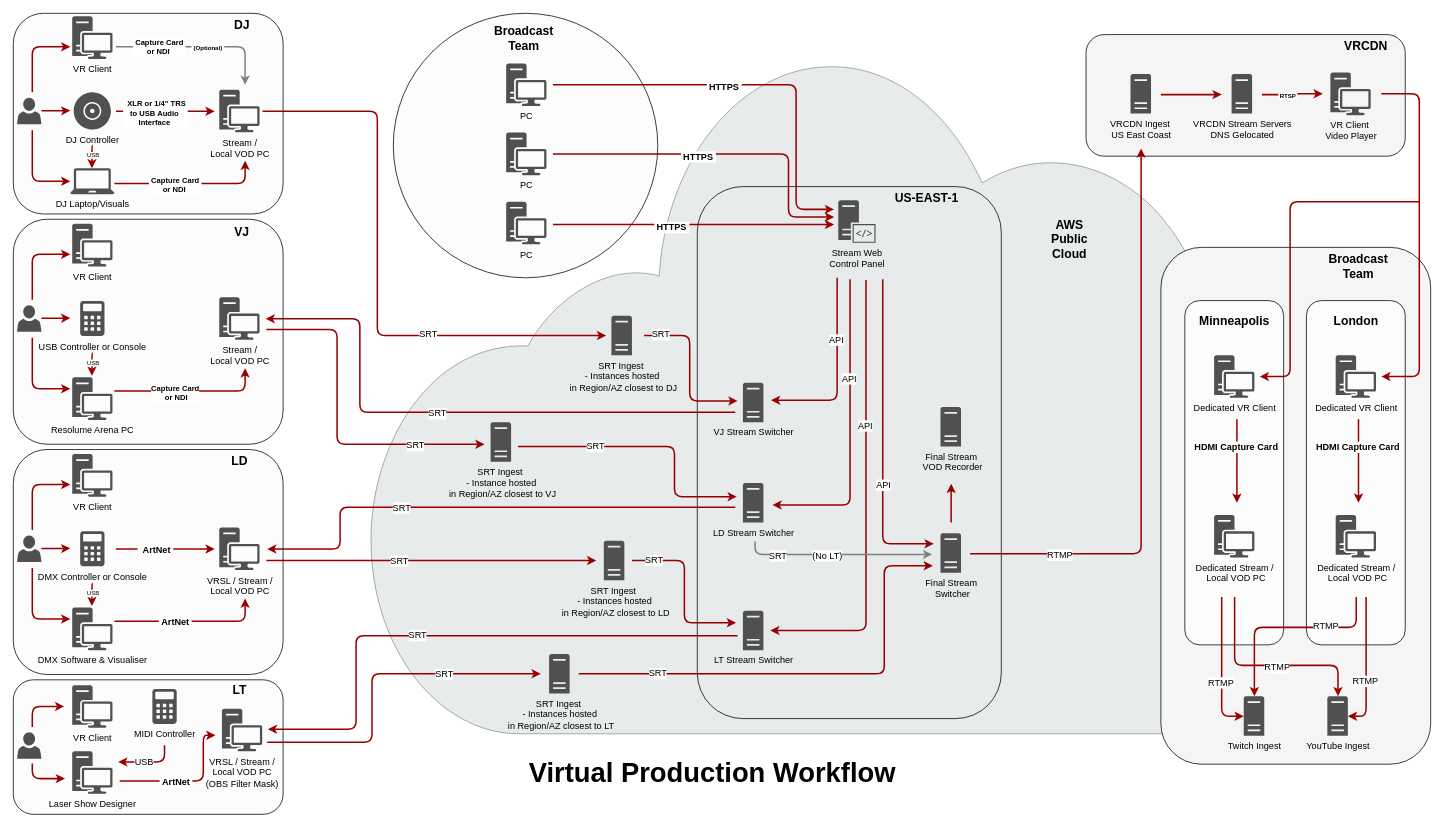
Above: vrproduction.drawio in towneh/audiovisualtips (draw.io), before the change. Source tidied: cells renumbered, new cells numbered last; positions are measured from the earlier drawing's top-left corner, leaving out a move shared by most shapes. Both pictures are drawn from the tidied source at 76%, with x=0, y=0 at pixel (13, 13).
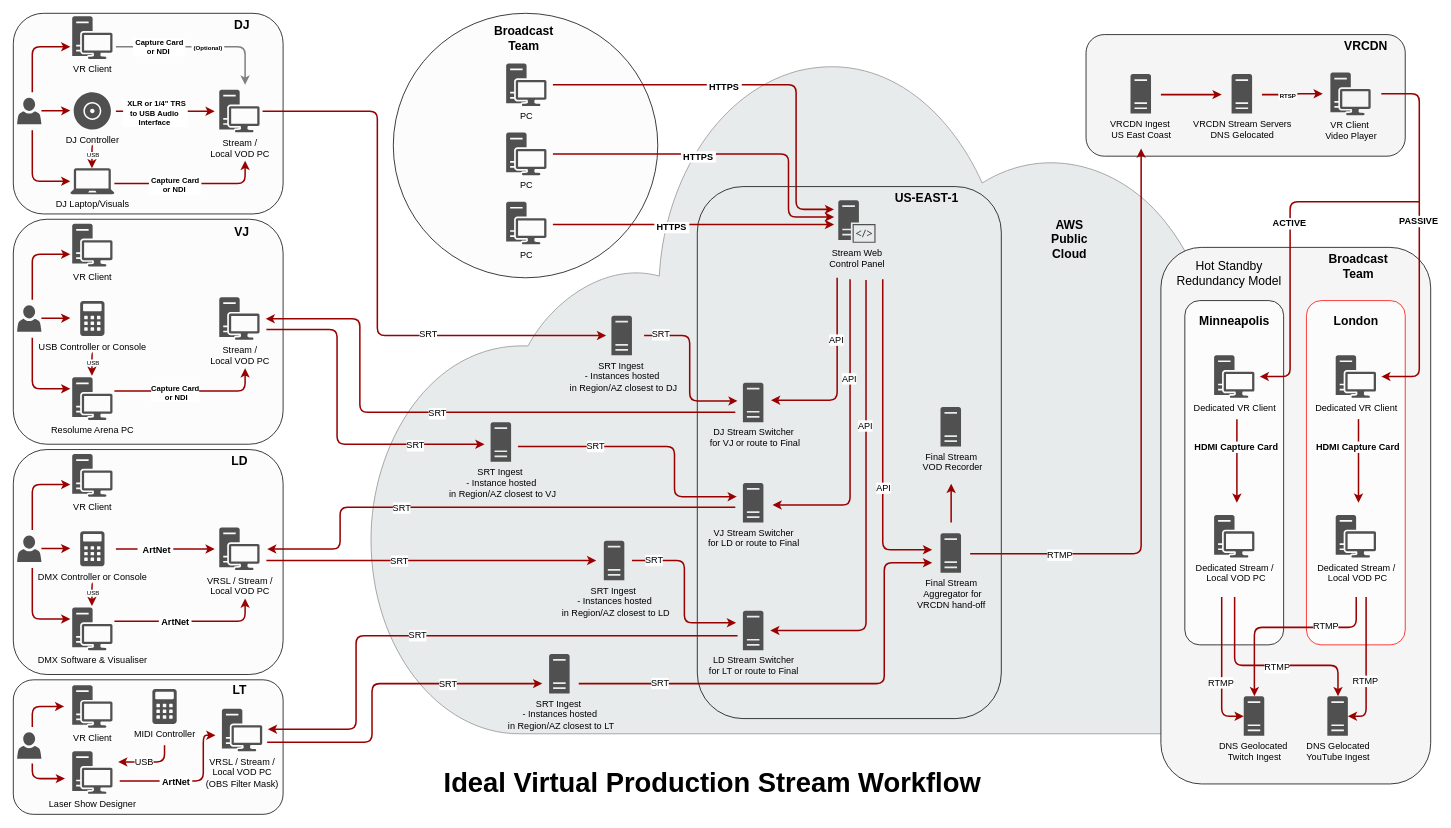
Above is the later version.

Unchanged cells that the change refers to:
```xml
<mxCell id="114" style="edgeStyle=elbowEdgeStyle;elbow=horizontal;strokeColor=#990000;strokeWidth=2;" parent="1" edge="1">
  <mxGeometry relative="1" as="geometry">
    <mxPoint x="1850" y="248" as="sourcePoint" />
    <mxPoint x="1640" y="478" as="targetPoint" />
    <Array as="points">
      <mxPoint x="1680" y="348" />
    </Array>
  </mxGeometry>
</mxCell>
<mxCell id="131" style="edgeStyle=elbowEdgeStyle;elbow=horizontal;strokeColor=#990000;strokeWidth=2;" parent="1" edge="1">
  <mxGeometry relative="1" as="geometry">
    <mxPoint x="1800" y="106" as="sourcePoint" />
    <mxPoint x="1800" y="478" as="targetPoint" />
    <Array as="points">
      <mxPoint x="1850" y="298" />
    </Array>
  </mxGeometry>
</mxCell>
```

The edit, as a diff of the source:
```diff
@@
     <mxCell id="5" style="rounded=1;whiteSpace=wrap;html=1;fillStyle=solid;fillColor=#F5F5F5;" parent="1" vertex="1">
-      <mxGeometry x="1510" y="308" width="355" height="680" as="geometry" />
+      <mxGeometry x="1510" y="308" width="355" height="706" as="geometry" />
     </mxCell>
-    <mxCell id="6" style="rounded=1;whiteSpace=wrap;html=1;fillStyle=solid;fillColor=#FCFCFC;" parent="1" vertex="1">
+    <mxCell id="6" style="rounded=1;whiteSpace=wrap;html=1;fillStyle=solid;fillColor=#FCFCFC;strokeColor=#ff0000;" parent="1" vertex="1">
       <mxGeometry x="1701.5" y="378" width="130" height="453" as="geometry" />
     </mxCell>
@@
-    <mxCell id="33" value="&lt;div&gt;VJ Stream Switcher&lt;br&gt;&lt;/div&gt;" style="sketch=0;shadow=0;dashed=0;html=1;strokeColor=none;fillColor=#505050;labelPosition=center;verticalLabelPosition=bottom;verticalAlign=top;align=center;shape=mxgraph.office.servers.server_generic;" parent="1" vertex="1">
+    <mxCell id="33" value="&lt;div&gt;DJ Stream Switcher&lt;/div&gt;&lt;div&gt;&amp;nbsp;for VJ or route to Final&lt;br&gt;&lt;/div&gt;" style="sketch=0;shadow=0;dashed=0;html=1;strokeColor=none;fillColor=#505050;labelPosition=center;verticalLabelPosition=bottom;verticalAlign=top;align=center;shape=mxgraph.office.servers.server_generic;" parent="1" vertex="1">
       <mxGeometry x="960" y="486" width="27" height="52" as="geometry" />
     </mxCell>
@@
-    <mxCell id="96" value="&lt;div&gt;LD Stream Switcher&lt;br&gt;&lt;/div&gt;" style="sketch=0;shadow=0;dashed=0;html=1;strokeColor=none;fillColor=#505050;labelPosition=center;verticalLabelPosition=bottom;verticalAlign=top;align=center;shape=mxgraph.office.servers.server_generic;" parent="1" vertex="1">
+    <mxCell id="96" value="&lt;div&gt;VJ Stream Switcher&lt;/div&gt;&lt;div&gt;for LD or route to Final&lt;br&gt;&lt;/div&gt;" style="sketch=0;shadow=0;dashed=0;html=1;strokeColor=none;fillColor=#505050;labelPosition=center;verticalLabelPosition=bottom;verticalAlign=top;align=center;shape=mxgraph.office.servers.server_generic;" parent="1" vertex="1">
       <mxGeometry x="960" y="618" width="27" height="52" as="geometry" />
     </mxCell>
-    <mxCell id="97" value="&lt;div&gt;Final Stream&lt;/div&gt;&lt;div&gt;&amp;nbsp;Switcher&lt;br&gt;&lt;/div&gt;" style="sketch=0;shadow=0;dashed=0;html=1;strokeColor=none;fillColor=#505050;labelPosition=center;verticalLabelPosition=bottom;verticalAlign=top;align=center;shape=mxgraph.office.servers.server_generic;" parent="1" vertex="1">
+    <mxCell id="97" value="&lt;div&gt;Final Stream&lt;/div&gt;&lt;div&gt;&amp;nbsp;Aggregator for&lt;/div&gt;&lt;div&gt;VRCDN hand-off&lt;br&gt;&lt;/div&gt;" style="sketch=0;shadow=0;dashed=0;html=1;strokeColor=none;fillColor=#505050;labelPosition=center;verticalLabelPosition=bottom;verticalAlign=top;align=center;shape=mxgraph.office.servers.server_generic;" parent="1" vertex="1">
       <mxGeometry x="1220" y="684" width="27" height="52" as="geometry" />
     </mxCell>
     <mxCell id="98" style="edgeStyle=elbowEdgeStyle;elbow=horizontal;strokeColor=#990000;strokeWidth=2;" parent="1" edge="1">
       <mxGeometry relative="1" as="geometry">
-        <mxPoint x="744" y="869" as="sourcePoint" />
-        <mxPoint x="1210" y="727" as="targetPoint" />
+        <mxPoint x="744" y="882" as="sourcePoint" />
+        <mxPoint x="1209" y="723" as="targetPoint" />
         <Array as="points">
           <mxPoint x="1146" y="823" />
         </Array>
       </mxGeometry>
     </mxCell>
@@
     <mxCell id="102" style="edgeStyle=elbowEdgeStyle;elbow=horizontal;strokeColor=#990000;strokeWidth=2;" parent="1" edge="1">
       <mxGeometry relative="1" as="geometry">
         <mxPoint x="1144" y="350" as="sourcePoint" />
-        <mxPoint x="1211" y="698" as="targetPoint" />
+        <mxPoint x="1209" y="706" as="targetPoint" />
         <Array as="points">
           <mxPoint x="1144" y="526" />
         </Array>
       </mxGeometry>
     </mxCell>
@@
+    <mxCell id="160" value="&lt;b&gt;ACTIVE&lt;/b&gt;" style="edgeLabel;html=1;align=center;verticalAlign=middle;fontSize=12;" parent="114" vertex="1">
+      <mxGeometry x="-0.1" y="-2" relative="1" as="geometry" />
+    </mxCell>
-    <mxCell id="115" value="&lt;div&gt;Twitch Ingest&lt;/div&gt;" style="sketch=0;shadow=0;dashed=0;html=1;strokeColor=none;fillColor=#505050;labelPosition=center;verticalLabelPosition=bottom;verticalAlign=top;outlineConnect=0;align=center;shape=mxgraph.office.servers.server_generic;" parent="1" vertex="1">
+    <mxCell id="115" value="&lt;div&gt;DNS Geolocated&amp;nbsp;&lt;/div&gt;&lt;div&gt;Twitch Ingest&lt;/div&gt;" style="sketch=0;shadow=0;dashed=0;html=1;strokeColor=none;fillColor=#505050;labelPosition=center;verticalLabelPosition=bottom;verticalAlign=top;outlineConnect=0;align=center;shape=mxgraph.office.servers.server_generic;" parent="1" vertex="1">
       <mxGeometry x="1619" y="898.5" width="27" height="52" as="geometry" />
     </mxCell>
-    <mxCell id="116" value="YouTube Ingest" style="sketch=0;shadow=0;dashed=0;html=1;strokeColor=none;fillColor=#505050;labelPosition=center;verticalLabelPosition=bottom;verticalAlign=top;outlineConnect=0;align=center;shape=mxgraph.office.servers.server_generic;" parent="1" vertex="1">
+    <mxCell id="116" value="&lt;div&gt;DNS Gelocated&lt;/div&gt;&lt;div&gt;YouTube Ingest&lt;/div&gt;" style="sketch=0;shadow=0;dashed=0;html=1;strokeColor=none;fillColor=#505050;labelPosition=center;verticalLabelPosition=bottom;verticalAlign=top;outlineConnect=0;align=center;shape=mxgraph.office.servers.server_generic;" parent="1" vertex="1">
       <mxGeometry x="1729" y="898.5" width="27" height="52" as="geometry" />
     </mxCell>
@@
+    <mxCell id="161" value="PASSIVE" style="edgeLabel;html=1;align=center;verticalAlign=middle;fontSize=12;fontStyle=1;" parent="131" vertex="1">
+      <mxGeometry x="-0.08" y="-2" relative="1" as="geometry" />
+    </mxCell>
-    <mxCell id="132" value="&lt;div&gt;Virtual Production Workflow&lt;/div&gt;" style="text;strokeColor=none;fillColor=none;html=1;align=center;verticalAlign=middle;whiteSpace=wrap;rounded=0;fontSize=36;fontStyle=1;" parent="1" vertex="1">
-      <mxGeometry x="650" y="984" width="540" height="30" as="geometry" />
+    <mxCell id="132" value="&lt;div&gt;Ideal Virtual Production Stream Workflow&lt;/div&gt;" style="text;strokeColor=none;fillColor=none;html=1;align=center;verticalAlign=middle;whiteSpace=wrap;rounded=0;fontSize=36;fontStyle=1;" parent="1" vertex="1">
+      <mxGeometry x="509" y="997" width="822" height="30" as="geometry" />
     </mxCell>
@@
     <mxCell id="140" style="edgeStyle=elbowEdgeStyle;elbow=horizontal;strokeColor=#990000;strokeWidth=2;" parent="1" edge="1">
       <mxGeometry relative="1" as="geometry">
         <mxPoint x="334" y="959" as="sourcePoint" />
-        <mxPoint x="694" y="869" as="targetPoint" />
+        <mxPoint x="696" y="882" as="targetPoint" />
         <Array as="points">
           <mxPoint x="472" y="916" />
         </Array>
       </mxGeometry>
     </mxCell>
@@
-    <mxCell id="144" value="&lt;div&gt;LT Stream Switcher&lt;br&gt;&lt;/div&gt;" style="sketch=0;shadow=0;dashed=0;html=1;strokeColor=none;fillColor=#505050;labelPosition=center;verticalLabelPosition=bottom;verticalAlign=top;align=center;shape=mxgraph.office.servers.server_generic;" parent="1" vertex="1">
+    <mxCell id="144" value="&lt;div&gt;LD Stream Switcher&lt;/div&gt;&lt;div&gt;for LT or route to Final&lt;br&gt;&lt;/div&gt;" style="sketch=0;shadow=0;dashed=0;html=1;strokeColor=none;fillColor=#505050;labelPosition=center;verticalLabelPosition=bottom;verticalAlign=top;align=center;shape=mxgraph.office.servers.server_generic;" parent="1" vertex="1">
       <mxGeometry x="960" y="786" width="27" height="52" as="geometry" />
     </mxCell>
@@
-    <mxCell id="157" style="edgeStyle=elbowEdgeStyle;elbow=horizontal;strokeColor=#808080;strokeWidth=2;" parent="1" edge="1">
-      <mxGeometry relative="1" as="geometry">
-        <mxPoint x="976" y="695" as="sourcePoint" />
-        <mxPoint x="1209" y="712" as="targetPoint" />
-        <Array as="points">
-          <mxPoint x="976" y="712" />
-        </Array>
-      </mxGeometry>
-    </mxCell>
-    <mxCell id="158" value="SRT" style="edgeLabel;html=1;align=center;verticalAlign=middle;fontSize=12;" parent="157" vertex="1">
-      <mxGeometry x="-0.63" y="-1" relative="1" as="geometry" />
-    </mxCell>
-    <mxCell id="159" value="(No LT)" style="edgeLabel;html=1;align=center;verticalAlign=middle;fontSize=12;" parent="157" vertex="1">
-      <mxGeometry x="-0.11" y="-1" relative="1" as="geometry" />
-    </mxCell>
+    <mxCell id="162" value="Hot Standby Redundancy Model" style="text;strokeColor=none;fillColor=none;html=1;align=center;verticalAlign=middle;whiteSpace=wrap;rounded=0;fontSize=16;fontStyle=0;" parent="1" vertex="1">
+      <mxGeometry x="1525" y="327" width="150" height="30" as="geometry" />
+    </mxCell>
```
